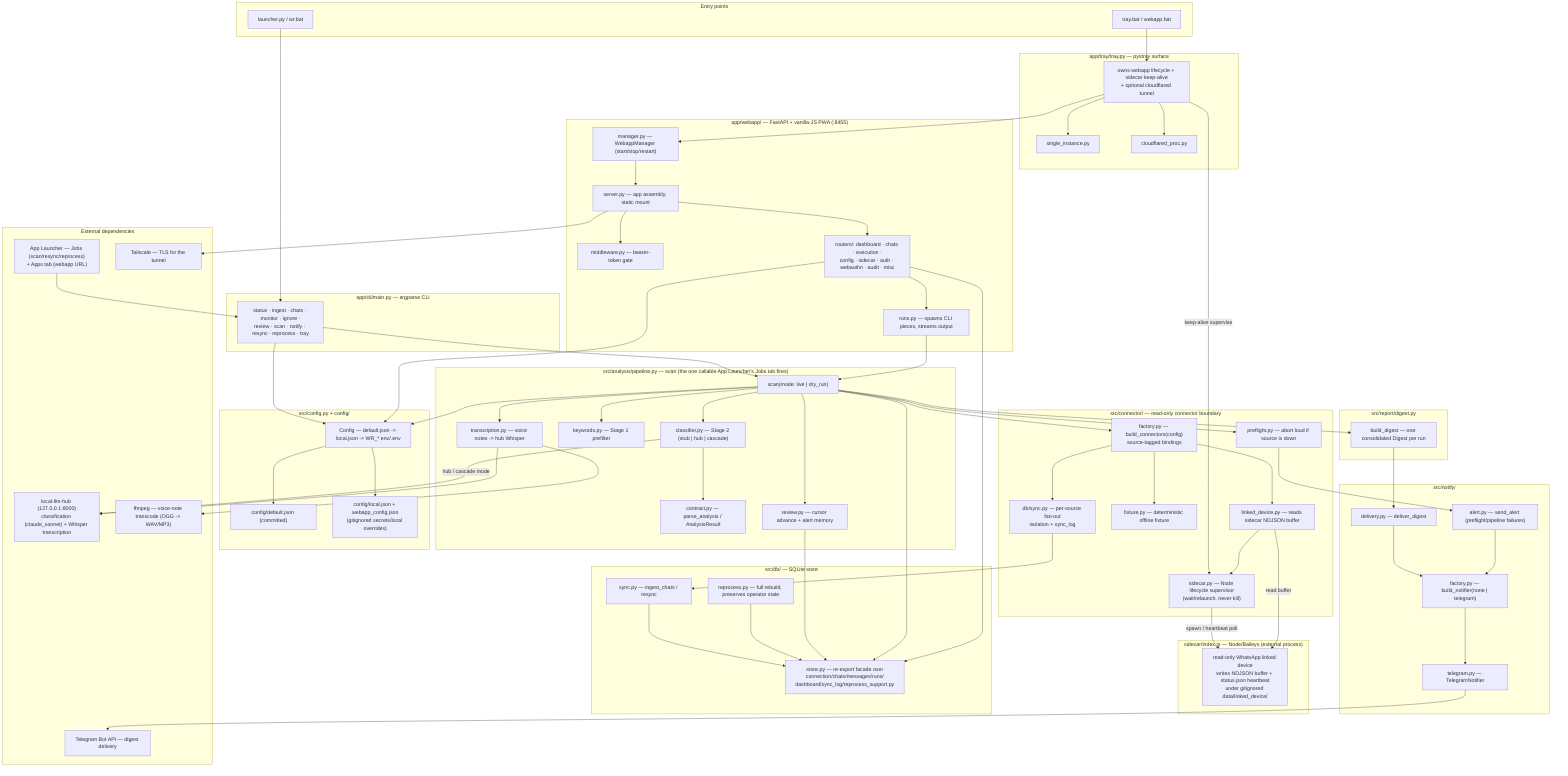
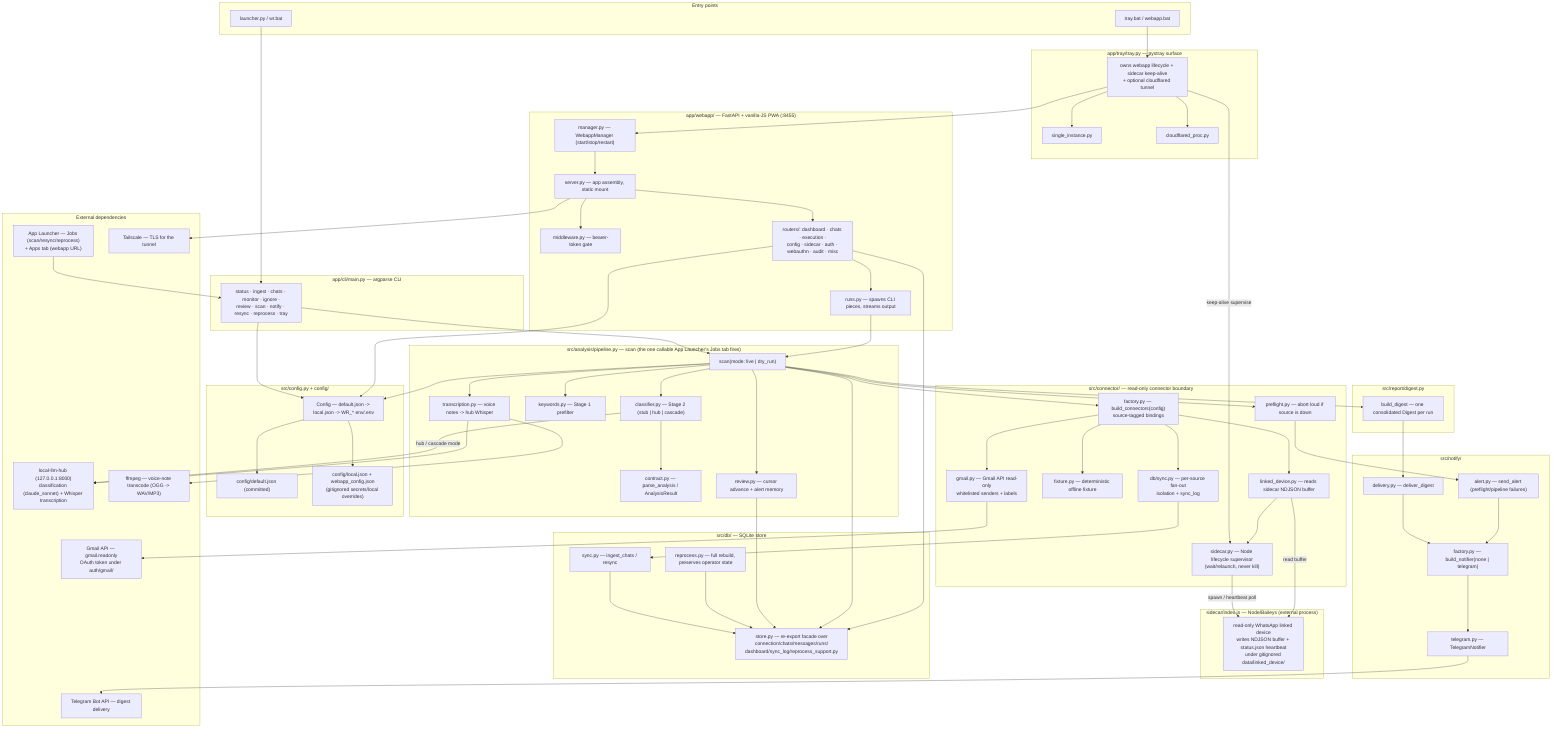
%% docs/architecture.mmd — whatsapp-radar's own internal structure.
%% Hand-authored, not generated (unlike fleet-config's mechanically-aggregated
%% fleet-wide `/system-map`) — this repo's own internal shape is semantic and
%% can't be crawled the same way. Update this diagram in the same PR as any
%% material structural change (a connector added, a pipeline stage moved, a
%% router split) — same anti-staleness contract as this repo's `.fleet.toml`
%% `description` field. See fleet-config's `CLAUDE.md` ("Every repo carries a
%% `.fleet.toml`") for the general convention (ferraroroberto/fleet-config#256).

flowchart TB
  subgraph entry["Entry points"]
    LAUNCHER["launcher.py / wr.bat"]
    TRAYBAT["tray.bat / webapp.bat"]
  end

  subgraph cli["app/cli/main.py — argparse CLI"]
    CLICMDS["status · ingest · chats · monitor · ignore ·\nreview · scan · notify · resync · reprocess · tray"]
  end
  LAUNCHER --> CLICMDS

  subgraph tray["app/tray/tray.py — pystray surface"]
    TRAYPY["owns webapp lifecycle + sidecar keep-alive\n+ optional cloudflared tunnel"]
    SINGLEINST["single_instance.py"]
    CLOUDFLARED["cloudflared_proc.py"]
  end
  TRAYBAT --> TRAYPY
  TRAYPY --> SINGLEINST
  TRAYPY --> CLOUDFLARED

  subgraph webapp["app/webapp/ — FastAPI + vanilla-JS PWA (:8455)"]
    SERVER["server.py — app assembly, static mount"]
    MANAGER["manager.py — WebappManager (start/stop/restart)"]
    MIDDLEWARE["middleware.py — bearer-token gate"]
    RUNS["runs.py — spawns CLI pieces, streams output"]
    ROUTERS["routers/: dashboard · chats · execution ·\nconfig · sidecar · auth · webauthn · audit · misc"]
  end
  TRAYPY --> MANAGER
  MANAGER --> SERVER
  SERVER --> MIDDLEWARE
  SERVER --> ROUTERS
  ROUTERS --> RUNS

  subgraph pipeline["src/analysis/pipeline.py — scan (the one callable App Launcher's Jobs tab fires)"]
    SCAN["scan(mode: live | dry_run)"]
    TRANSCRIBE["transcription.py — voice notes -> hub Whisper"]
    KEYWORDS["keywords.py — Stage 1 prefilter"]
    CLASSIFIER["classifier.py — Stage 2 (stub | hub | cascade)"]
    CONTRACT["contract.py — parse_analysis / AnalysisResult"]
    REVIEW["review.py — cursor advance + alert memory"]
  end
  CLICMDS --> SCAN
  RUNS --> SCAN
  SCAN --> TRANSCRIBE
  SCAN --> KEYWORDS
  SCAN --> CLASSIFIER
  CLASSIFIER --> CONTRACT
  SCAN --> REVIEW

  subgraph connector["src/connector/ — read-only connector boundary"]
    CFACTORY["factory.py — build_connectors(config)\nsource-tagged bindings"]
    FANOUT["db/sync.py — per-source fan-out\nisolation + sync_log"]
    FIXTURE["fixture.py — deterministic offline fixture"]
    LINKED["linked_device.py — reads sidecar NDJSON buffer"]
+     GMAIL["gmail.py — Gmail API read-only\nwhitelisted senders + labels"]
    SIDECARPY["sidecar.py — Node lifecycle supervisor\n(wait/relaunch, never kill)"]
    PREFLIGHT["preflight.py — abort loud if source is down"]
  end
  SCAN --> CFACTORY
  CFACTORY --> FANOUT
  CFACTORY --> FIXTURE
  CFACTORY --> LINKED
+   CFACTORY --> GMAIL
  SCAN --> PREFLIGHT
  TRAYPY -->|keep-alive supervise| SIDECARPY
  LINKED --> SIDECARPY

  subgraph sidecarnode["sidecar/index.js — Node/Baileys (external process)"]
    BAILEYS["read-only WhatsApp linked device\nwrites NDJSON buffer + status.json heartbeat\nunder gitignored data/linked_device/"]
  end
  SIDECARPY -->|spawn / heartbeat poll| BAILEYS
  LINKED -->|read buffer| BAILEYS

  subgraph db["src/db/ — SQLite store"]
    STORE["store.py — re-export facade over\nconnection/chats/messages/runs/\ndashboard/sync_log/reprocess_support.py"]
    SYNC["sync.py — ingest_chats / resync"]
    REPROCESS["reprocess.py — full rebuild, preserves operator state"]
  end
  FANOUT --> SYNC
  SYNC --> STORE
  REPROCESS --> STORE
  REVIEW --> STORE
  SCAN --> STORE
  ROUTERS --> STORE

  subgraph report["src/report/digest.py"]
    DIGEST["build_digest — one consolidated Digest per run"]
  end
  SCAN --> DIGEST

  subgraph notify["src/notify/"]
    NFACTORY["factory.py — build_notifier(none | telegram)"]
    DELIVERY["delivery.py — deliver_digest"]
    ALERT["alert.py — send_alert (preflight/pipeline failures)"]
    TELEGRAM["telegram.py — TelegramNotifier"]
  end
  DIGEST --> DELIVERY
  DELIVERY --> NFACTORY
  NFACTORY --> TELEGRAM
  PREFLIGHT --> ALERT
  ALERT --> NFACTORY

  subgraph config["src/config.py + config/"]
    CONFIGPY["Config — default.json -> local.json -> WR_* env/.env"]
    DEFAULTJSON["config/default.json (committed)"]
    LOCALJSON["config/local.json + webapp_config.json\n(gitignored secrets/local overrides)"]
  end
  CLICMDS --> CONFIGPY
  SCAN --> CONFIGPY
  ROUTERS --> CONFIGPY
  CONFIGPY --> DEFAULTJSON
  CONFIGPY --> LOCALJSON

  subgraph ext["External dependencies"]
    HUB["local-llm-hub (127.0.0.1:8000)\nclassification (claude_sonnet) + Whisper transcription"]
    TELEGRAMAPI["Telegram Bot API — digest delivery"]
    APPLAUNCHER["App Launcher — Jobs (scan/resync/reprocess)\n+ Apps tab (webapp URL)"]
    TAILSCALE["Tailscale — TLS for the tunnel"]
    FFMPEG["ffmpeg — voice-note transcode (OGG -> WAV/MP3)"]
+     GMAILAPI["Gmail API — gmail.readonly\nOAuth token under auth/gmail/"]
  end
  CLASSIFIER -->|hub / cascade mode| HUB
  TRANSCRIBE --> HUB
  TELEGRAM --> TELEGRAMAPI
  APPLAUNCHER --> CLICMDS
  SERVER --> TAILSCALE
  TRANSCRIBE --> FFMPEG
+   GMAIL --> GMAILAPI
